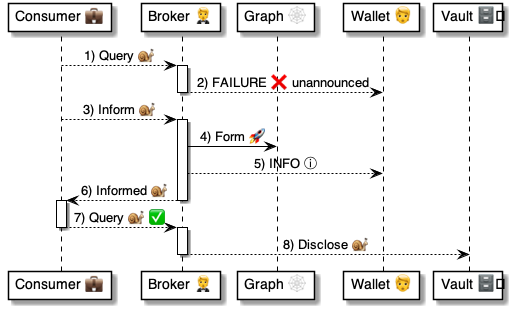
This is 4 ⚙️ Solution/41 🎭 Domain Roles/Consumers 💼/💼⏩ Consumer flows/Inform 💼⏩📝/💼 Inform ⚙️ uml.png from pollyweb-org/pollyweb-docs, a PlantUML export, as it was before one commit. Its source is kept beside it as 4 ⚙️ Solution/41 🎭 Domain Roles/Consumers 💼/💼⏩ Consumer flows/Inform 💼⏩📝/💼 Inform ⚙️ uml.puml.
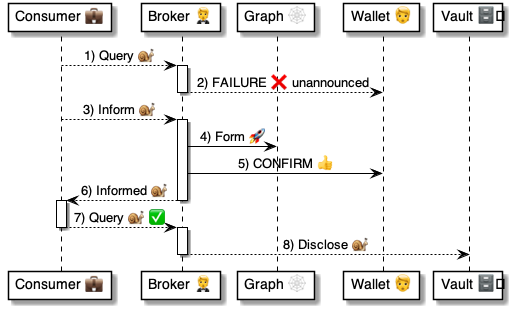
Above is the later version.

Change to the diagram source:
```diff
@@ -20,7 +20,7 @@
 
     broker -> graph: 4) Form 🚀
 
-    broker --> user: 5) INFO ⓘ
+    broker -> user: 5) CONFIRM 👍
     broker --> consumer: 6) Informed 🐌
 deactivate broker
 
```
